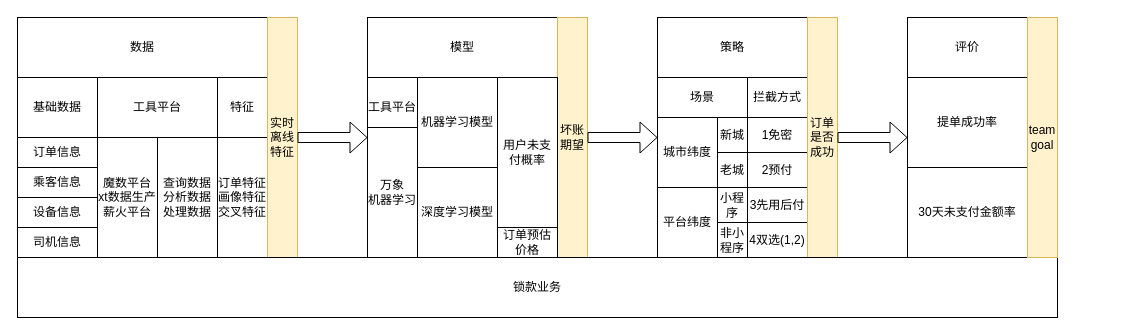
Before: nopay.drawio in dunkle/python_Learn, a draw.io diagram. Source tidied: cells renumbered, new cells numbered last; positions are measured from the earlier drawing's top-left corner, leaving out a move shared by most shapes. Both pictures are drawn from the tidied source at 100%, with x=0, y=0 at pixel (17, 17).
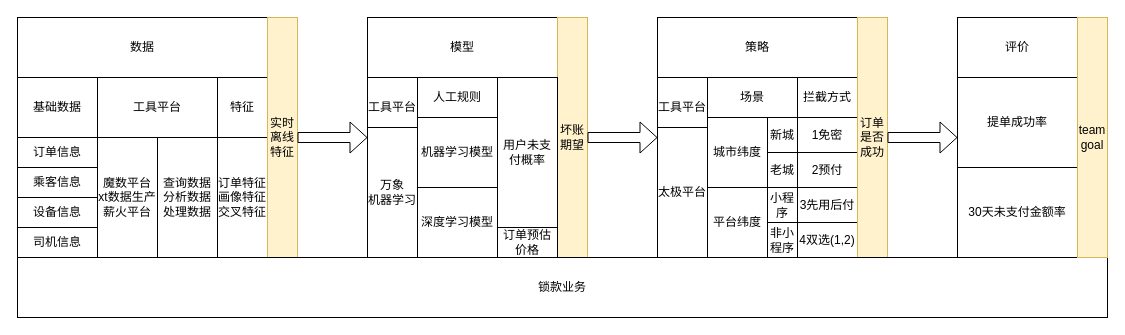
The same diagram, later.

The edit, as a diff of the source:
```diff
@@
     <mxCell id="4" value="场景" style="rounded=0;whiteSpace=wrap;html=1;" parent="1" vertex="1">
-      <mxGeometry x="640" y="60" width="90" height="40" as="geometry" />
+      <mxGeometry x="690" y="60" width="90" height="40" as="geometry" />
     </mxCell>
@@
-    <mxCell id="18" value="评价" style="rounded=0;whiteSpace=wrap;html=1;" parent="1" vertex="1">
-      <mxGeometry x="890" width="120" height="60" as="geometry" />
-    </mxCell>
     <mxCell id="19" value="策略" style="rounded=0;whiteSpace=wrap;html=1;" parent="1" vertex="1">
-      <mxGeometry x="640" width="150" height="60" as="geometry" />
+      <mxGeometry x="640" width="200" height="60" as="geometry" />
     </mxCell>
     <mxCell id="20" style="group;" parent="1" vertex="1">
-      <mxGeometry x="730" y="100" width="60" height="140" as="geometry" />
+      <mxGeometry x="780" y="100" width="60" height="140" as="geometry" />
     </mxCell>
@@
     <mxCell id="29" style="group;" parent="1" vertex="1">
-      <mxGeometry x="400" y="60" width="80" height="180" as="geometry" />
+      <mxGeometry x="400" y="100" width="80" height="140" as="geometry" />
     </mxCell>
     <mxCell id="30" value="机器学习模型" style="rounded=0;whiteSpace=wrap;html=1;" parent="29" vertex="1">
-      <mxGeometry width="80" height="90" as="geometry" />
+      <mxGeometry width="80" height="70" as="geometry" />
     </mxCell>
     <mxCell id="31" value="深度学习模型" style="rounded=0;whiteSpace=wrap;html=1;" parent="29" vertex="1">
-      <mxGeometry y="90" width="80" height="90" as="geometry" />
+      <mxGeometry y="70" width="80" height="70" as="geometry" />
     </mxCell>
     <mxCell id="32" value="拦截方式" style="rounded=0;whiteSpace=wrap;html=1;" parent="1" vertex="1">
-      <mxGeometry x="730" y="60" width="60" height="40" as="geometry" />
+      <mxGeometry x="780" y="60" width="60" height="40" as="geometry" />
     </mxCell>
     <mxCell id="33" style="group;" parent="1" vertex="1">
-      <mxGeometry x="640" y="100" width="60" height="140" as="geometry" />
+      <mxGeometry x="690" y="100" width="60" height="140" as="geometry" />
     </mxCell>
@@
     <mxCell id="36" style="group;" parent="1" vertex="1">
-      <mxGeometry x="700" y="100" width="30" height="70" as="geometry" />
+      <mxGeometry x="750" y="100" width="30" height="70" as="geometry" />
     </mxCell>
@@
     <mxCell id="39" style="group;" parent="1" vertex="1">
-      <mxGeometry x="700" y="170" width="30" height="70" as="geometry" />
+      <mxGeometry x="750" y="170" width="30" height="70" as="geometry" />
     </mxCell>
@@
     <mxCell id="42" value="订单是否成功" style="rounded=0;whiteSpace=wrap;html=1;fillColor=#fff2cc;strokeColor=#d6b656;" parent="1" vertex="1">
-      <mxGeometry x="790" width="30" height="240" as="geometry" />
+      <mxGeometry x="840" width="30" height="240" as="geometry" />
     </mxCell>
@@
+    <mxCell id="48" value="锁款业务" style="rounded=0;whiteSpace=wrap;html=1;" parent="1" vertex="1">
+      <mxGeometry y="240" width="1090" height="60" as="geometry" />
+    </mxCell>
+    <mxCell id="49" style="shape=flexArrow;endArrow=classic;html=1;rounded=0;width=10;endSize=5.33;startArrow=none;" parent="1" edge="1">
+      <mxGeometry relative="1" as="geometry">
+        <mxPoint x="570" y="120" as="sourcePoint" />
+        <mxPoint x="640" y="120" as="targetPoint" />
+      </mxGeometry>
+    </mxCell>
+    <mxCell id="50" style="shape=flexArrow;endArrow=classic;html=1;rounded=0;width=10;endSize=5.33;startArrow=none;" parent="1" edge="1">
+      <mxGeometry relative="1" as="geometry">
+        <mxPoint x="870" y="120" as="sourcePoint" />
+        <mxPoint x="940" y="120" as="targetPoint" />
+      </mxGeometry>
+    </mxCell>
+    <mxCell id="52" value="人工规则" style="rounded=0;whiteSpace=wrap;html=1;" parent="1" vertex="1">
+      <mxGeometry x="400" y="60" width="80" height="40" as="geometry" />
+    </mxCell>
+    <mxCell id="53" style="group;" parent="1" vertex="1">
+      <mxGeometry x="940" width="150" height="240" as="geometry" />
+    </mxCell>
+    <mxCell id="18" value="评价" style="rounded=0;whiteSpace=wrap;html=1;" parent="53" vertex="1">
+      <mxGeometry width="120" height="60" as="geometry" />
+    </mxCell>
-    <mxCell id="45" style="group;" parent="1" vertex="1">
-      <mxGeometry x="890" y="60" width="120" height="180" as="geometry" />
+    <mxCell id="45" style="group;" parent="53" vertex="1">
+      <mxGeometry y="60" width="120" height="180" as="geometry" />
     </mxCell>
@@
-    <mxCell id="48" value="锁款业务" style="rounded=0;whiteSpace=wrap;html=1;" parent="1" vertex="1">
-      <mxGeometry y="240" width="1040" height="60" as="geometry" />
-    </mxCell>
-    <mxCell id="49" style="shape=flexArrow;endArrow=classic;html=1;rounded=0;width=10;endSize=5.33;startArrow=none;" parent="1" edge="1">
-      <mxGeometry relative="1" as="geometry">
-        <mxPoint x="570" y="120" as="sourcePoint" />
-        <mxPoint x="640" y="120" as="targetPoint" />
-      </mxGeometry>
-    </mxCell>
-    <mxCell id="50" style="shape=flexArrow;endArrow=classic;html=1;rounded=0;width=10;endSize=5.33;startArrow=none;" parent="1" edge="1">
-      <mxGeometry relative="1" as="geometry">
-        <mxPoint x="820" y="120" as="sourcePoint" />
-        <mxPoint x="890" y="120" as="targetPoint" />
-      </mxGeometry>
-    </mxCell>
-    <mxCell id="51" value="team&lt;br&gt;goal" style="rounded=0;whiteSpace=wrap;html=1;fillColor=#fff2cc;strokeColor=#d6b656;" parent="1" vertex="1">
-      <mxGeometry x="1010" width="30" height="240" as="geometry" />
+    <mxCell id="51" value="team&lt;br&gt;goal" style="rounded=0;whiteSpace=wrap;html=1;fillColor=#fff2cc;strokeColor=#d6b656;" parent="53" vertex="1">
+      <mxGeometry x="120" width="30" height="240" as="geometry" />
     </mxCell>
+    <mxCell id="54" value="工具平台" style="rounded=0;whiteSpace=wrap;html=1;" parent="1" vertex="1">
+      <mxGeometry x="640" y="60" width="50" height="60" as="geometry" />
+    </mxCell>
+    <mxCell id="55" value="太极平台" style="rounded=0;whiteSpace=wrap;html=1;" parent="1" vertex="1">
+      <mxGeometry x="640" y="110" width="50" height="130" as="geometry" />
+    </mxCell>
```
